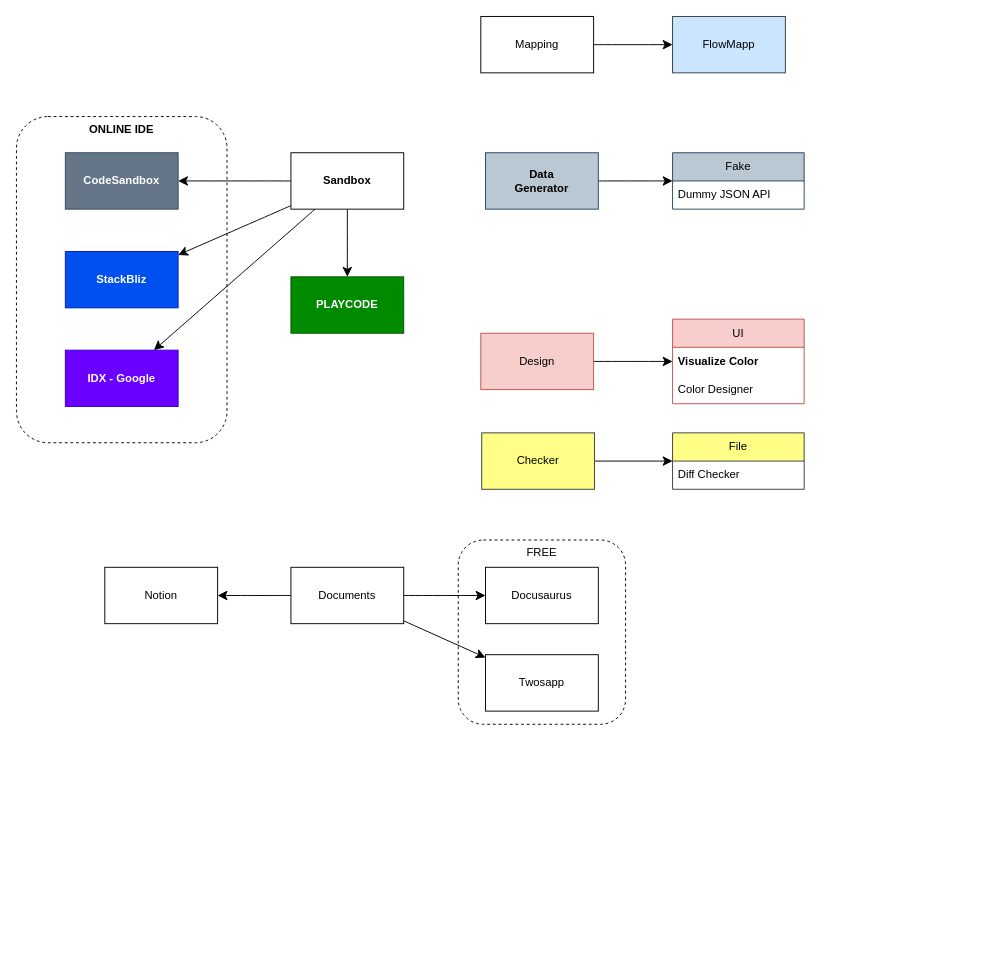
Before: page "Tools" (2 of 5) of Link_Bookmarks.drawio in sunflynf/diagram-only, a draw.io diagram. Source tidied: cells renumbered, new cells numbered last; positions are measured from the earlier drawing's top-left corner, leaving out a move shared by most shapes. Both pictures are drawn from the tidied source at 94%, with x=0, y=0 at pixel (16, 16).
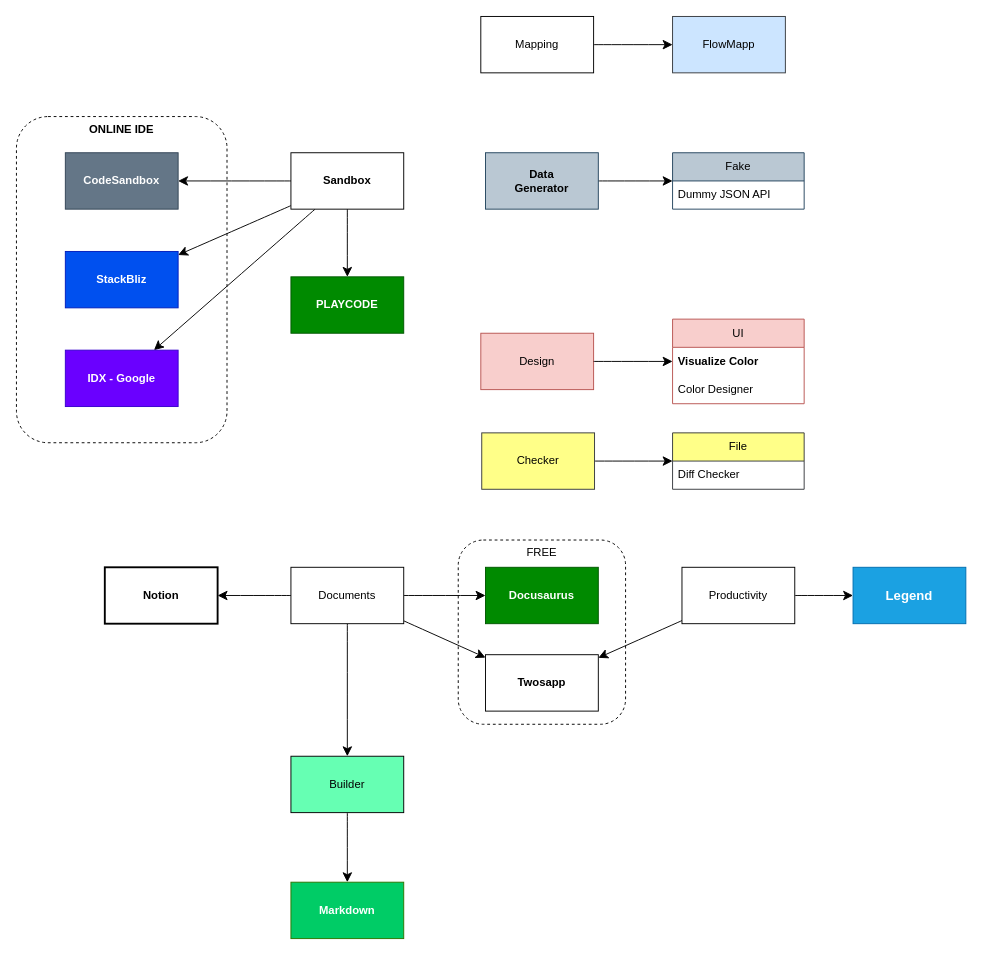
The same page after the edit.

Unchanged cells that the change refers to:
```xml
<mxCell id="32" value="Documents" style="whiteSpace=wrap;html=1;" parent="1" vertex="1">
  <mxGeometry x="292" y="586" width="120" height="60" as="geometry" />
</mxCell>
```

Change to the diagram source:
```diff
@@
+    <mxCell id="36" style="edgeStyle=none;curved=1;rounded=0;jettySize=auto;html=1;fontSize=12;startSize=8;endSize=8;" parent="1" edge="1" source="32" target="42">
+      <mxGeometry relative="1" as="geometry" />
+    </mxCell>
@@
-    <mxCell id="33" value="Notion" style="whiteSpace=wrap;html=1;" parent="1" vertex="1">
+    <mxCell id="33" value="Notion" style="whiteSpace=wrap;html=1;fontStyle=1;strokeWidth=2;" parent="1" vertex="1">
       <mxGeometry x="94" y="586" width="120" height="60" as="geometry" />
     </mxCell>
-    <mxCell id="34" value="Docusaurus" style="whiteSpace=wrap;html=1;" parent="1" vertex="1">
+    <mxCell id="34" value="Docusaurus" style="whiteSpace=wrap;html=1;fillColor=#008a00;fontColor=#ffffff;strokeColor=#005700;fontStyle=1;" parent="1" vertex="1">
       <mxGeometry x="499" y="586" width="120" height="60" as="geometry" />
     </mxCell>
-    <mxCell id="35" value="Twosapp" style="whiteSpace=wrap;html=1;" parent="1" vertex="1">
+    <mxCell id="35" value="Twosapp" style="whiteSpace=wrap;html=1;fontStyle=1;" parent="1" vertex="1">
       <mxGeometry x="499" y="679" width="120" height="60" as="geometry" />
     </mxCell>
+    <mxCell id="37" style="edgeStyle=none;curved=1;rounded=0;jettySize=auto;html=1;fontSize=12;startSize=8;endSize=8;" parent="1" edge="1" source="39" target="40">
+      <mxGeometry relative="1" as="geometry" />
+    </mxCell>
+    <mxCell id="38" style="edgeStyle=none;curved=1;rounded=0;jettySize=auto;html=1;fontSize=12;startSize=8;endSize=8;" parent="1" edge="1" source="39" target="35">
+      <mxGeometry relative="1" as="geometry" />
+    </mxCell>
+    <mxCell id="39" value="Productivity" style="whiteSpace=wrap;html=1;" parent="1" vertex="1">
+      <mxGeometry x="708" y="586" width="120" height="60" as="geometry" />
+    </mxCell>
+    <mxCell id="40" value="Legend" style="whiteSpace=wrap;html=1;fillColor=#1ba1e2;fontColor=#ffffff;strokeColor=#006EAF;fontStyle=1;fontSize=14;" parent="1" vertex="1">
+      <mxGeometry x="890" y="586" width="120" height="60" as="geometry" />
+    </mxCell>
+    <mxCell id="41" style="edgeStyle=none;curved=1;rounded=0;jettySize=auto;html=1;fontSize=12;startSize=8;endSize=8;" parent="1" edge="1" source="42" target="43">
+      <mxGeometry relative="1" as="geometry" />
+    </mxCell>
+    <mxCell id="42" value="&lt;div&gt;Builder&lt;/div&gt;" style="whiteSpace=wrap;html=1;fillColor=#66FFB3;" parent="1" vertex="1">
+      <mxGeometry x="292" y="787" width="120" height="60" as="geometry" />
+    </mxCell>
+    <mxCell id="43" value="Markdown" style="whiteSpace=wrap;html=1;fillColor=#00CC66;fontColor=#ffffff;strokeColor=#2D7600;fontStyle=1;" parent="1" vertex="1">
+      <mxGeometry x="292" y="921" width="120" height="60" as="geometry" />
+    </mxCell>
```
